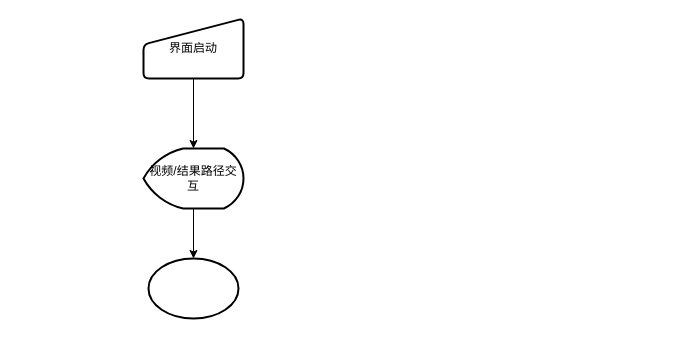
The draw.io diagram extract_ir_frame_architecture.drawio in paleblackless/diagrams, before the edit. Source tidied: cells renumbered, new cells numbered last; positions are measured from the earlier drawing's top-left corner, leaving out a move shared by most shapes. Both pictures are drawn from the tidied source at 100%, with x=0, y=0 at pixel (143, 18).
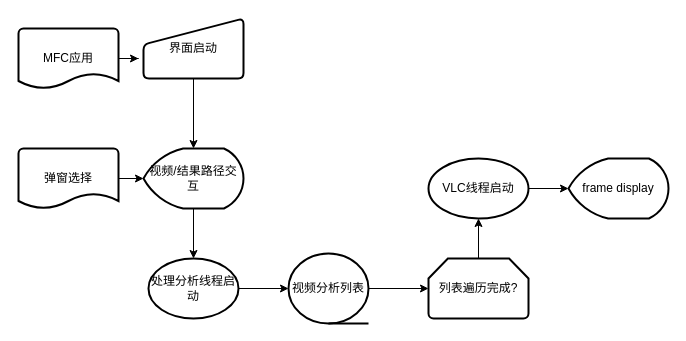
The same page after the edit.

Change to the diagram source:
```diff
@@
 <mxGraphModel>
   <root>
     <mxCell id="0" />
     <mxCell id="1" parent="0" />
     <mxCell id="2" style="edgeStyle=orthogonalEdgeStyle;rounded=0;jettySize=auto;html=1;exitX=0.5;exitY=1;exitDx=0;exitDy=0;entryX=0.5;entryY=0;entryDx=0;entryDy=0;entryPerimeter=0;" parent="1" edge="1" source="3" target="5">
       <mxGeometry relative="1" as="geometry" />
     </mxCell>
     <mxCell id="3" value="界面启动" style="html=1;strokeWidth=2;shape=manualInput;whiteSpace=wrap;rounded=1;size=26;arcSize=11;" parent="1" vertex="1">
       <mxGeometry width="100" height="60" as="geometry" />
     </mxCell>
     <mxCell id="4" style="edgeStyle=orthogonalEdgeStyle;rounded=0;jettySize=auto;html=1;exitX=0.5;exitY=1;exitDx=0;exitDy=0;exitPerimeter=0;entryX=0.5;entryY=0;entryDx=0;entryDy=0;entryPerimeter=0;" parent="1" edge="1" source="5" target="6">
       <mxGeometry relative="1" as="geometry" />
     </mxCell>
     <mxCell id="5" value="视频/结果路径交互" style="strokeWidth=2;html=1;shape=mxgraph.flowchart.display;whiteSpace=wrap;" parent="1" vertex="1">
       <mxGeometry y="130" width="100" height="60" as="geometry" />
     </mxCell>
+    <mxCell id="7" style="edgeStyle=orthogonalEdgeStyle;rounded=0;jettySize=auto;html=1;exitX=1;exitY=0.5;exitDx=0;exitDy=0;exitPerimeter=0;entryX=0;entryY=0.5;entryDx=0;entryDy=0;entryPerimeter=0;" parent="1" edge="1" source="6" target="11">
+      <mxGeometry relative="1" as="geometry" />
+    </mxCell>
-    <mxCell id="6" style="strokeWidth=2;html=1;shape=mxgraph.flowchart.start_2;whiteSpace=wrap;" parent="1" vertex="1">
+    <mxCell id="6" value="处理分析线程启动" style="strokeWidth=2;html=1;shape=mxgraph.flowchart.start_2;whiteSpace=wrap;" parent="1" vertex="1">
       <mxGeometry x="5" y="240" width="90" height="60" as="geometry" />
     </mxCell>
+    <mxCell id="8" style="edgeStyle=orthogonalEdgeStyle;rounded=0;jettySize=auto;html=1;exitX=1;exitY=0.5;exitDx=0;exitDy=0;exitPerimeter=0;entryX=0;entryY=0.5;entryDx=0;entryDy=0;entryPerimeter=0;" parent="1" edge="1" source="9" target="18">
+      <mxGeometry relative="1" as="geometry" />
+    </mxCell>
+    <mxCell id="9" value="VLC线程启动" style="strokeWidth=2;html=1;shape=mxgraph.flowchart.start_1;whiteSpace=wrap;" parent="1" vertex="1">
+      <mxGeometry x="285" y="140" width="100" height="60" as="geometry" />
+    </mxCell>
+    <mxCell id="10" style="edgeStyle=orthogonalEdgeStyle;rounded=0;jettySize=auto;html=1;exitX=1;exitY=0.5;exitDx=0;exitDy=0;exitPerimeter=0;entryX=0;entryY=0.5;entryDx=0;entryDy=0;entryPerimeter=0;" parent="1" edge="1" source="11" target="13">
+      <mxGeometry relative="1" as="geometry" />
+    </mxCell>
+    <mxCell id="11" value="视频分析列表" style="strokeWidth=2;html=1;shape=mxgraph.flowchart.sequential_data;whiteSpace=wrap;" parent="1" vertex="1">
+      <mxGeometry x="145" y="235" width="80" height="70" as="geometry" />
+    </mxCell>
+    <mxCell id="12" style="edgeStyle=orthogonalEdgeStyle;rounded=0;jettySize=auto;html=1;exitX=0.5;exitY=0;exitDx=0;exitDy=0;exitPerimeter=0;entryX=0.5;entryY=1;entryDx=0;entryDy=0;entryPerimeter=0;" parent="1" edge="1" source="13" target="9">
+      <mxGeometry relative="1" as="geometry" />
+    </mxCell>
+    <mxCell id="13" value="列表遍历完成?" style="strokeWidth=2;html=1;shape=mxgraph.flowchart.loop_limit;whiteSpace=wrap;" parent="1" vertex="1">
+      <mxGeometry x="285" y="240" width="100" height="60" as="geometry" />
+    </mxCell>
+    <mxCell id="14" style="edgeStyle=orthogonalEdgeStyle;rounded=0;jettySize=auto;html=1;entryX=-0.05;entryY=0.667;entryDx=0;entryDy=0;entryPerimeter=0;" parent="1" edge="1" source="15" target="3">
+      <mxGeometry relative="1" as="geometry" />
+    </mxCell>
+    <mxCell id="15" value="MFC应用" style="strokeWidth=2;html=1;shape=mxgraph.flowchart.document2;whiteSpace=wrap;size=0.25;" parent="1" vertex="1">
+      <mxGeometry x="-125" y="10" width="100" height="60" as="geometry" />
+    </mxCell>
+    <mxCell id="16" style="edgeStyle=orthogonalEdgeStyle;rounded=0;jettySize=auto;html=1;entryX=0;entryY=0.5;entryDx=0;entryDy=0;entryPerimeter=0;" parent="1" edge="1" source="17" target="5">
+      <mxGeometry relative="1" as="geometry" />
+    </mxCell>
+    <mxCell id="17" value="弹窗选择" style="strokeWidth=2;html=1;shape=mxgraph.flowchart.document2;whiteSpace=wrap;size=0.25;" parent="1" vertex="1">
+      <mxGeometry x="-125" y="130" width="100" height="60" as="geometry" />
+    </mxCell>
+    <mxCell id="18" value="frame display" style="strokeWidth=2;html=1;shape=mxgraph.flowchart.display;whiteSpace=wrap;" parent="1" vertex="1">
+      <mxGeometry x="425" y="140" width="100" height="60" as="geometry" />
+    </mxCell>
   </root>
 </mxGraphModel>
```
